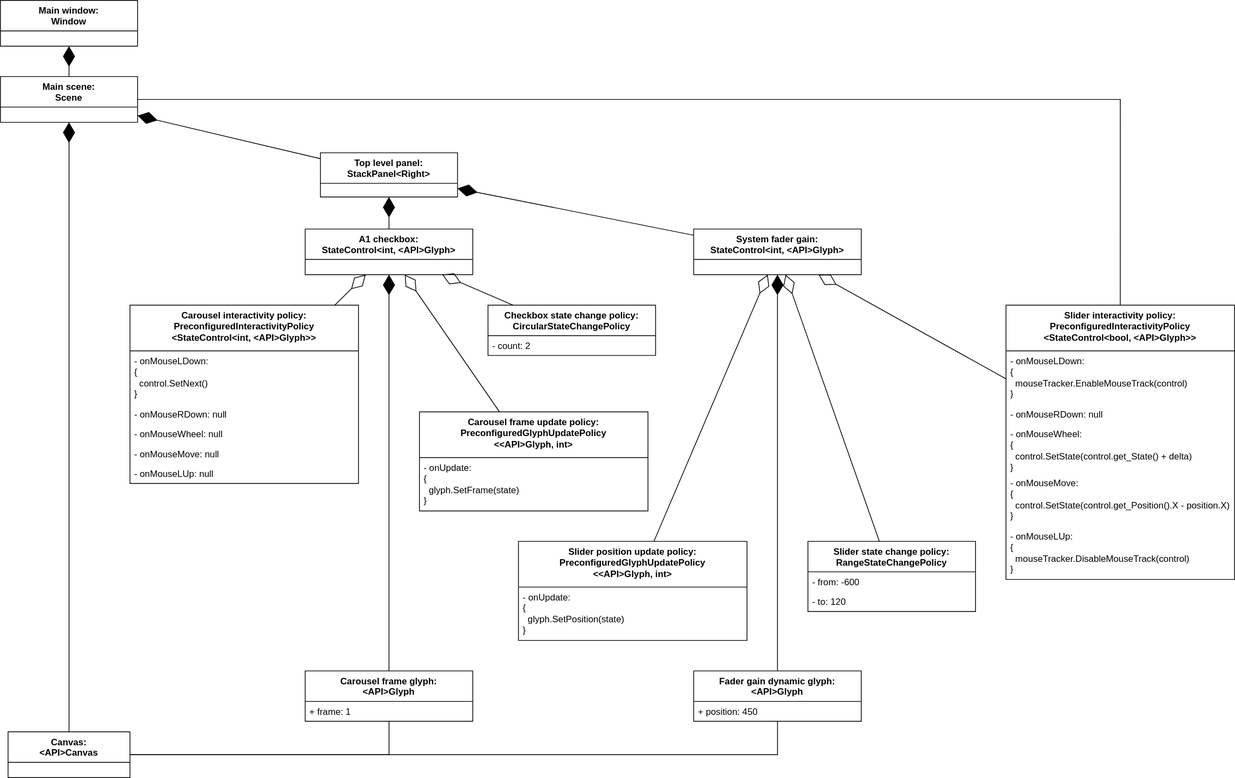
Before: doc/ui/object_diagram.svg, a diagram exported from draw.io (vitalii-samoilenko/voicemeeter-deskband). Source tidied: cells renumbered, new cells last; positions are measured from the earlier drawing's top-left corner, leaving out a move shared by most shapes.
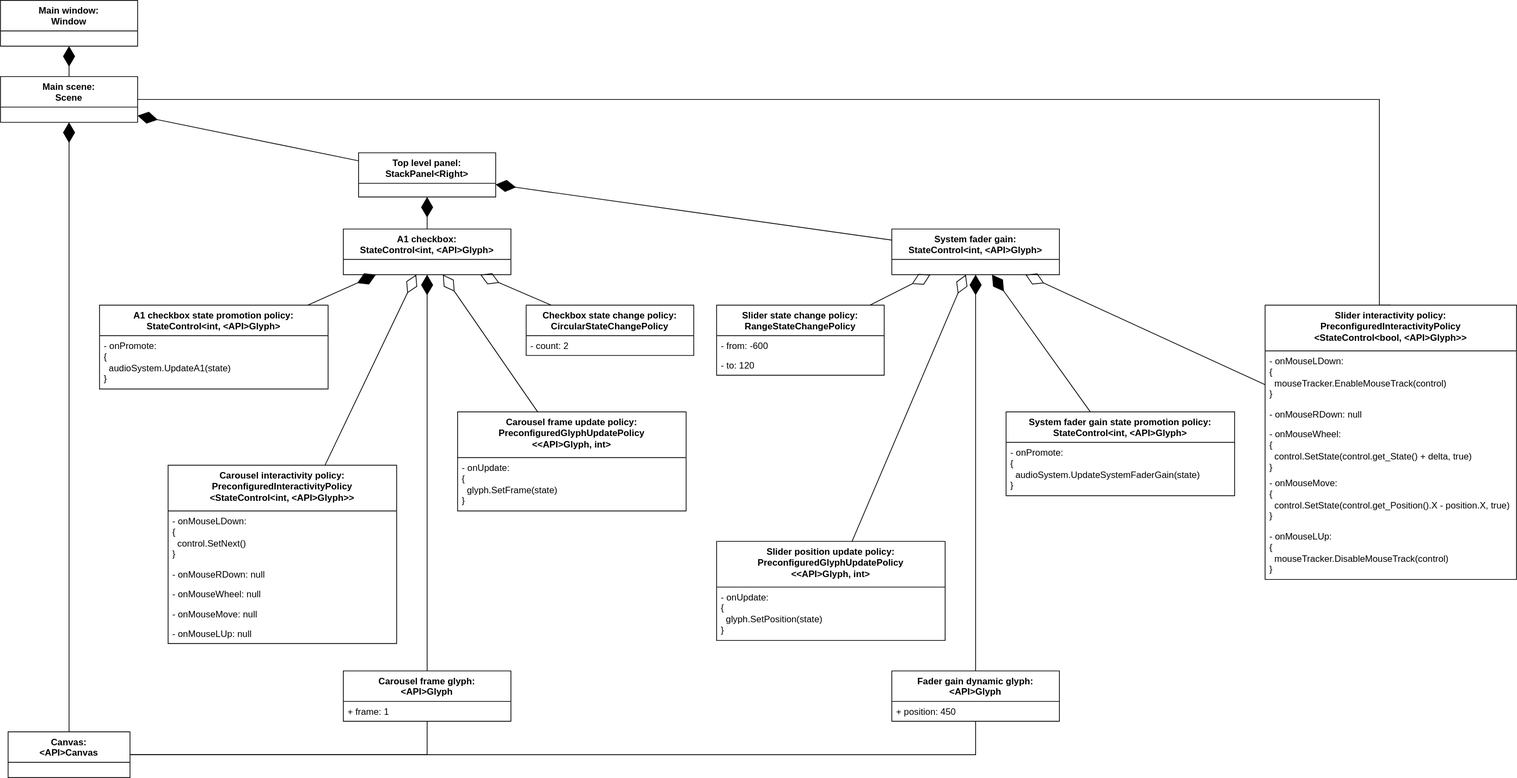
Later version of the same file.

Diff of the diagram source:
```diff
@@ -18,16 +18,18 @@
       <mxGeometry relative="1" as="geometry" />
     </mxCell>
     <mxCell id="7" value="Top level panel:&lt;div&gt;StackPanel&amp;lt;Right&amp;gt;&lt;/div&gt;" style="swimlane;fontStyle=1;align=center;verticalAlign=top;horizontal=1;startSize=40;whiteSpace=wrap;html=1;" parent="1" vertex="1">
-      <mxGeometry x="420" y="200" width="180" height="58" as="geometry" />
+      <mxGeometry x="470" y="200" width="180" height="58" as="geometry" />
     </mxCell>
-    <mxCell id="8" style="endArrow=diamondThin;endFill=1;endSize=24;html=1;rounded=0;" parent="1" edge="1" source="7" target="3">
-      <mxGeometry relative="1" as="geometry" />
+    <mxCell id="8" style="endArrow=diamondThin;endFill=1;endSize=24;html=1;rounded=0;" parent="1" edge="1" source="7">
+      <mxGeometry relative="1" as="geometry">
+        <mxPoint x="180" y="151.2" as="targetPoint" />
+      </mxGeometry>
     </mxCell>
     <mxCell id="9" value="A1 checkbox:&lt;div&gt;StateControl&amp;lt;int, &amp;lt;API&amp;gt;Glyph&amp;gt;&lt;/div&gt;" style="swimlane;fontStyle=1;align=center;verticalAlign=top;horizontal=1;startSize=40;whiteSpace=wrap;html=1;" parent="1" vertex="1">
-      <mxGeometry x="400" y="300" width="220" height="60" as="geometry" />
+      <mxGeometry x="450" y="300" width="220" height="60" as="geometry" />
     </mxCell>
     <mxCell id="10" value="System fader gain:&lt;div&gt;StateControl&amp;lt;int, &amp;lt;API&amp;gt;Glyph&amp;gt;&lt;/div&gt;" style="swimlane;fontStyle=1;align=center;verticalAlign=top;horizontal=1;startSize=40;whiteSpace=wrap;html=1;" parent="1" vertex="1">
-      <mxGeometry x="910" y="300" width="220" height="60" as="geometry" />
+      <mxGeometry x="1170" y="300" width="220" height="60" as="geometry" />
     </mxCell>
     <mxCell id="11" style="endArrow=diamondThin;endFill=1;endSize=24;html=1;rounded=0;" parent="1" edge="1" source="9" target="7">
       <mxGeometry relative="1" as="geometry" />
@@ -36,7 +38,7 @@
       <mxGeometry relative="1" as="geometry" />
     </mxCell>
     <mxCell id="13" value="Carousel interactivity policy:&lt;div&gt;PreconfiguredInteractivityPolicy&lt;/div&gt;&lt;div&gt;&amp;lt;&lt;span style=&quot;background-color: initial;&quot;&gt;StateControl&amp;lt;int, &amp;lt;API&amp;gt;Glyph&amp;gt;&lt;/span&gt;&lt;span style=&quot;background-color: initial;&quot;&gt;&amp;gt;&lt;/span&gt;&lt;/div&gt;" style="swimlane;fontStyle=1;align=center;verticalAlign=top;horizontal=1;startSize=60;whiteSpace=wrap;html=1;" parent="1" vertex="1">
-      <mxGeometry x="170" y="400" width="300" height="234" as="geometry" />
+      <mxGeometry x="220" y="610" width="300" height="234" as="geometry" />
     </mxCell>
     <mxCell id="14" value="- onMouseLDown:&lt;div&gt;{&lt;/div&gt;&lt;div&gt;&amp;nbsp; control.SetNext()&lt;/div&gt;&lt;div&gt;}&lt;/div&gt;" style="text;strokeColor=none;fillColor=none;align=left;verticalAlign=top;spacingLeft=4;spacingRight=4;overflow=hidden;whiteSpace=wrap;html=1;" parent="13" vertex="1">
       <mxGeometry y="60" width="300" height="70" as="geometry" />
@@ -53,39 +55,40 @@
     <mxCell id="18" value="- onMouseLUp: null" style="text;strokeColor=none;fillColor=none;align=left;verticalAlign=top;spacingLeft=4;spacingRight=4;overflow=hidden;whiteSpace=wrap;html=1;" parent="13" vertex="1">
       <mxGeometry y="208" width="300" height="26" as="geometry" />
     </mxCell>
-    <mxCell id="19" style="edgeStyle=orthogonalEdgeStyle;rounded=0;jettySize=auto;html=1;exitX=0.5;exitY=0;exitDx=0;exitDy=0;endArrow=none;endFill=0;" parent="1" edge="1" source="20" target="3">
+    <mxCell id="19" style="edgeStyle=orthogonalEdgeStyle;rounded=0;jettySize=auto;html=1;exitX=0.5;exitY=0;exitDx=0;exitDy=0;endArrow=none;endFill=0;" parent="1" edge="1" source="20">
       <mxGeometry relative="1" as="geometry">
+        <mxPoint x="180" y="130" as="targetPoint" />
         <Array as="points">
-          <mxPoint x="1470" y="130" />
+          <mxPoint x="1810" y="130" />
         </Array>
       </mxGeometry>
     </mxCell>
     <mxCell id="20" value="Slider interactivity policy:&lt;div&gt;PreconfiguredInteractivityPolicy&lt;/div&gt;&lt;div&gt;&amp;lt;&lt;span style=&quot;background-color: initial;&quot;&gt;StateControl&amp;lt;bool, &amp;lt;API&amp;gt;Glyph&amp;gt;&lt;/span&gt;&lt;span style=&quot;background-color: initial;&quot;&gt;&amp;gt;&lt;/span&gt;&lt;/div&gt;" style="swimlane;fontStyle=1;align=center;verticalAlign=top;horizontal=1;startSize=60;whiteSpace=wrap;html=1;" parent="1" vertex="1">
-      <mxGeometry x="1320" y="400" width="300" height="360" as="geometry" />
+      <mxGeometry x="1660" y="400" width="330" height="360" as="geometry" />
     </mxCell>
     <mxCell id="21" value="- onMouseLDown:&lt;div&gt;{&lt;/div&gt;&lt;div&gt;&amp;nbsp; mouseTracker.EnableMouseTrack(&lt;span style=&quot;background-color: initial;&quot;&gt;control)&lt;/span&gt;&lt;/div&gt;&lt;div&gt;}&lt;/div&gt;" style="text;strokeColor=none;fillColor=none;align=left;verticalAlign=top;spacingLeft=4;spacingRight=4;overflow=hidden;whiteSpace=wrap;html=1;" parent="20" vertex="1">
-      <mxGeometry y="60" width="300" height="70" as="geometry" />
+      <mxGeometry y="60" width="330" height="70" as="geometry" />
     </mxCell>
     <mxCell id="22" value="- onMouseRDown: null" style="text;strokeColor=none;fillColor=none;align=left;verticalAlign=top;spacingLeft=4;spacingRight=4;overflow=hidden;whiteSpace=wrap;html=1;" parent="20" vertex="1">
-      <mxGeometry y="130" width="300" height="26" as="geometry" />
+      <mxGeometry y="130" width="330" height="26" as="geometry" />
     </mxCell>
-    <mxCell id="23" value="- onMouseWheel:&lt;div&gt;{&lt;/div&gt;&lt;div&gt;&amp;nbsp; control.SetState(control.get_State() + delta&lt;span style=&quot;background-color: initial;&quot;&gt;)&lt;/span&gt;&lt;/div&gt;&lt;div&gt;}&lt;/div&gt;" style="text;strokeColor=none;fillColor=none;align=left;verticalAlign=top;spacingLeft=4;spacingRight=4;overflow=hidden;whiteSpace=wrap;html=1;" parent="20" vertex="1">
-      <mxGeometry y="156" width="300" height="64" as="geometry" />
+    <mxCell id="23" value="- onMouseWheel:&lt;div&gt;{&lt;/div&gt;&lt;div&gt;&amp;nbsp; control.SetState(control.get_State() + delta, true&lt;span style=&quot;background-color: initial;&quot;&gt;)&lt;/span&gt;&lt;/div&gt;&lt;div&gt;}&lt;/div&gt;" style="text;strokeColor=none;fillColor=none;align=left;verticalAlign=top;spacingLeft=4;spacingRight=4;overflow=hidden;whiteSpace=wrap;html=1;" parent="20" vertex="1">
+      <mxGeometry y="156" width="330" height="64" as="geometry" />
     </mxCell>
-    <mxCell id="24" value="- onMouseMove:&lt;div&gt;&lt;div&gt;{&lt;/div&gt;&lt;div&gt;&amp;nbsp; control.SetState(&lt;span style=&quot;background-color: initial;&quot;&gt;control.get_Position().X - position.X)&lt;/span&gt;&lt;/div&gt;&lt;div&gt;}&lt;/div&gt;&lt;/div&gt;" style="text;strokeColor=none;fillColor=none;align=left;verticalAlign=top;spacingLeft=4;spacingRight=4;overflow=hidden;whiteSpace=wrap;html=1;" parent="20" vertex="1">
-      <mxGeometry y="220" width="300" height="70" as="geometry" />
+    <mxCell id="24" value="- onMouseMove:&lt;div&gt;&lt;div&gt;{&lt;/div&gt;&lt;div&gt;&amp;nbsp; control.SetState(&lt;span style=&quot;background-color: initial;&quot;&gt;control.get_Position().X - position.X, true)&lt;/span&gt;&lt;/div&gt;&lt;div&gt;}&lt;/div&gt;&lt;/div&gt;" style="text;strokeColor=none;fillColor=none;align=left;verticalAlign=top;spacingLeft=4;spacingRight=4;overflow=hidden;whiteSpace=wrap;html=1;" parent="20" vertex="1">
+      <mxGeometry y="220" width="330" height="70" as="geometry" />
     </mxCell>
     <mxCell id="25" value="- onMouseLUp:&lt;div&gt;{&lt;/div&gt;&lt;div&gt;&lt;div&gt;&amp;nbsp; mouseTracker.DisableMouseTrack(control&lt;span style=&quot;background-color: initial;&quot;&gt;)&lt;/span&gt;&lt;/div&gt;&lt;/div&gt;&lt;div&gt;}&lt;/div&gt;" style="text;strokeColor=none;fillColor=none;align=left;verticalAlign=top;spacingLeft=4;spacingRight=4;overflow=hidden;whiteSpace=wrap;html=1;" parent="20" vertex="1">
-      <mxGeometry y="290" width="300" height="70" as="geometry" />
+      <mxGeometry y="290" width="330" height="70" as="geometry" />
     </mxCell>
     <mxCell id="26" value="Checkbox state change policy:&lt;div&gt;CircularStateChangePolicy&lt;/div&gt;" style="swimlane;fontStyle=1;align=center;verticalAlign=top;horizontal=1;startSize=40;whiteSpace=wrap;html=1;" parent="1" vertex="1">
-      <mxGeometry x="640" y="400" width="220" height="66" as="geometry" />
+      <mxGeometry x="690" y="400" width="220" height="66" as="geometry" />
     </mxCell>
     <mxCell id="27" value="- count: 2" style="text;strokeColor=none;fillColor=none;align=left;verticalAlign=top;spacingLeft=4;spacingRight=4;overflow=hidden;whiteSpace=wrap;html=1;" parent="26" vertex="1">
       <mxGeometry y="40" width="220" height="26" as="geometry" />
     </mxCell>
     <mxCell id="28" value="Slider state change policy:&lt;div&gt;RangeStateChangePolicy&lt;/div&gt;" style="swimlane;fontStyle=1;align=center;verticalAlign=top;horizontal=1;startSize=40;whiteSpace=wrap;html=1;" parent="1" vertex="1">
-      <mxGeometry x="1060" y="710" width="220" height="92" as="geometry" />
+      <mxGeometry x="940" y="400" width="220" height="92" as="geometry" />
     </mxCell>
     <mxCell id="29" value="- from: -600" style="text;strokeColor=none;fillColor=none;align=left;verticalAlign=top;spacingLeft=4;spacingRight=4;overflow=hidden;whiteSpace=wrap;html=1;" parent="28" vertex="1">
       <mxGeometry y="40" width="220" height="26" as="geometry" />
@@ -106,13 +109,13 @@
       <mxGeometry relative="1" as="geometry" />
     </mxCell>
     <mxCell id="35" value="Carousel frame glyph:&lt;div&gt;&amp;lt;API&amp;gt;Glyph&lt;/div&gt;" style="swimlane;fontStyle=1;align=center;verticalAlign=top;horizontal=1;startSize=40;whiteSpace=wrap;html=1;" parent="1" vertex="1">
-      <mxGeometry x="400" y="880" width="220" height="66" as="geometry" />
+      <mxGeometry x="450" y="880" width="220" height="66" as="geometry" />
     </mxCell>
     <mxCell id="36" value="+ frame: 1" style="text;strokeColor=none;fillColor=none;align=left;verticalAlign=top;spacingLeft=4;spacingRight=4;overflow=hidden;whiteSpace=wrap;html=1;" parent="35" vertex="1">
       <mxGeometry y="40" width="220" height="26" as="geometry" />
     </mxCell>
     <mxCell id="37" value="Fader gain dynamic glyph:&lt;div&gt;&amp;lt;API&amp;gt;Glyph&lt;/div&gt;" style="swimlane;fontStyle=1;align=center;verticalAlign=top;horizontal=1;startSize=40;whiteSpace=wrap;html=1;" parent="1" vertex="1">
-      <mxGeometry x="910" y="880" width="220" height="66" as="geometry" />
+      <mxGeometry x="1170" y="880" width="220" height="66" as="geometry" />
     </mxCell>
     <mxCell id="38" value="+ position: 450" style="text;strokeColor=none;fillColor=none;align=left;verticalAlign=top;spacingLeft=4;spacingRight=4;overflow=hidden;whiteSpace=wrap;html=1;" parent="37" vertex="1">
       <mxGeometry y="40" width="220" height="26" as="geometry" />
@@ -124,7 +127,7 @@
       <mxGeometry relative="1" as="geometry" />
     </mxCell>
     <mxCell id="41" value="Carousel frame update policy:&lt;div&gt;PreconfiguredGlyphUpdatePolicy&lt;/div&gt;&lt;div&gt;&amp;lt;&lt;span style=&quot;background-color: initial;&quot;&gt;&amp;lt;API&amp;gt;Glyph, int&lt;/span&gt;&lt;span style=&quot;background-color: initial;&quot;&gt;&amp;gt;&lt;/span&gt;&lt;/div&gt;" style="swimlane;fontStyle=1;align=center;verticalAlign=top;horizontal=1;startSize=60;whiteSpace=wrap;html=1;" parent="1" vertex="1">
-      <mxGeometry x="550" y="540" width="300" height="130" as="geometry" />
+      <mxGeometry x="600" y="540" width="300" height="130" as="geometry" />
     </mxCell>
     <mxCell id="42" value="- onUpdate:&lt;div&gt;{&lt;/div&gt;&lt;div&gt;&amp;nbsp; glyph.SetFrame(state)&lt;/div&gt;&lt;div&gt;}&lt;/div&gt;" style="text;strokeColor=none;fillColor=none;align=left;verticalAlign=top;spacingLeft=4;spacingRight=4;overflow=hidden;whiteSpace=wrap;html=1;" parent="41" vertex="1">
       <mxGeometry y="60" width="300" height="70" as="geometry" />
@@ -133,7 +136,7 @@
       <mxGeometry relative="1" as="geometry" />
     </mxCell>
     <mxCell id="44" value="Slider position update policy:&lt;div&gt;PreconfiguredGlyphUpdatePolicy&lt;/div&gt;&lt;div&gt;&amp;lt;&lt;span style=&quot;background-color: initial;&quot;&gt;&amp;lt;API&amp;gt;Glyph, int&lt;/span&gt;&lt;span style=&quot;background-color: initial;&quot;&gt;&amp;gt;&lt;/span&gt;&lt;/div&gt;" style="swimlane;fontStyle=1;align=center;verticalAlign=top;horizontal=1;startSize=60;whiteSpace=wrap;html=1;" parent="1" vertex="1">
-      <mxGeometry x="680" y="710" width="300" height="130" as="geometry" />
+      <mxGeometry x="940" y="710" width="300" height="130" as="geometry" />
     </mxCell>
     <mxCell id="45" value="- onUpdate:&lt;div&gt;{&lt;/div&gt;&lt;div&gt;&amp;nbsp; glyph.SetPosition(state)&lt;/div&gt;&lt;div&gt;}&lt;/div&gt;" style="text;strokeColor=none;fillColor=none;align=left;verticalAlign=top;spacingLeft=4;spacingRight=4;overflow=hidden;whiteSpace=wrap;html=1;" parent="44" vertex="1">
       <mxGeometry y="60" width="300" height="70" as="geometry" />
@@ -141,19 +144,39 @@
     <mxCell id="46" style="endArrow=diamondThin;endFill=0;endSize=24;html=1;rounded=0;" parent="1" edge="1" source="44" target="10">
       <mxGeometry relative="1" as="geometry" />
     </mxCell>
-    <mxCell id="47" style="endArrow=none;html=1;edgeStyle=orthogonalEdgeStyle;rounded=0;" parent="1" edge="1" source="5" target="35">
+    <mxCell id="47" style="endArrow=none;html=1;edgeStyle=orthogonalEdgeStyle;rounded=0;" parent="1" edge="1" target="35">
       <mxGeometry relative="1" as="geometry">
+        <mxPoint x="170" y="990" as="sourcePoint" />
         <Array as="points">
-          <mxPoint x="510" y="990" />
+          <mxPoint x="560" y="990" />
         </Array>
       </mxGeometry>
     </mxCell>
-    <mxCell id="48" style="endArrow=none;html=1;edgeStyle=orthogonalEdgeStyle;rounded=0;" parent="1" edge="1" source="5" target="37">
+    <mxCell id="48" style="endArrow=none;html=1;edgeStyle=orthogonalEdgeStyle;rounded=0;" parent="1" edge="1" target="37">
       <mxGeometry relative="1" as="geometry">
+        <mxPoint x="170" y="990" as="sourcePoint" />
         <Array as="points">
-          <mxPoint x="1020" y="990" />
+          <mxPoint x="1280" y="990" />
         </Array>
       </mxGeometry>
     </mxCell>
+    <mxCell id="49" value="A1 checkbox state promotion policy:&lt;div&gt;StateControl&amp;lt;int, &amp;lt;API&amp;gt;Glyph&amp;gt;&lt;/div&gt;" style="swimlane;fontStyle=1;align=center;verticalAlign=top;horizontal=1;startSize=40;whiteSpace=wrap;html=1;" parent="1" vertex="1">
+      <mxGeometry x="130" y="400" width="300" height="110" as="geometry" />
+    </mxCell>
+    <mxCell id="50" value="- onPromote:&lt;div&gt;{&lt;/div&gt;&lt;div&gt;&amp;nbsp; audioSystem.UpdateA1(state)&lt;/div&gt;&lt;div&gt;}&lt;/div&gt;" style="text;strokeColor=none;fillColor=none;align=left;verticalAlign=top;spacingLeft=4;spacingRight=4;overflow=hidden;whiteSpace=wrap;html=1;" parent="49" vertex="1">
+      <mxGeometry y="40" width="300" height="70" as="geometry" />
+    </mxCell>
+    <mxCell id="51" value="System fader gain state promotion policy:&lt;div&gt;StateControl&amp;lt;int, &amp;lt;API&amp;gt;Glyph&amp;gt;&lt;/div&gt;" style="swimlane;fontStyle=1;align=center;verticalAlign=top;horizontal=1;startSize=40;whiteSpace=wrap;html=1;" parent="1" vertex="1">
+      <mxGeometry x="1320" y="540" width="300" height="110" as="geometry" />
+    </mxCell>
+    <mxCell id="52" value="- onPromote:&lt;div&gt;{&lt;/div&gt;&lt;div&gt;&amp;nbsp; audioSystem.UpdateSystemFaderGain(state)&lt;/div&gt;&lt;div&gt;}&lt;/div&gt;" style="text;strokeColor=none;fillColor=none;align=left;verticalAlign=top;spacingLeft=4;spacingRight=4;overflow=hidden;whiteSpace=wrap;html=1;" parent="51" vertex="1">
+      <mxGeometry y="40" width="300" height="70" as="geometry" />
+    </mxCell>
+    <mxCell id="53" style="endArrow=diamondThin;endFill=1;endSize=24;html=1;rounded=0;" parent="1" edge="1" source="49" target="9">
+      <mxGeometry relative="1" as="geometry" />
+    </mxCell>
+    <mxCell id="54" style="endArrow=diamondThin;endFill=1;endSize=24;html=1;rounded=0;" parent="1" edge="1" source="51" target="10">
+      <mxGeometry relative="1" as="geometry" />
+    </mxCell>
   </root>
 </mxGraphModel>
```
